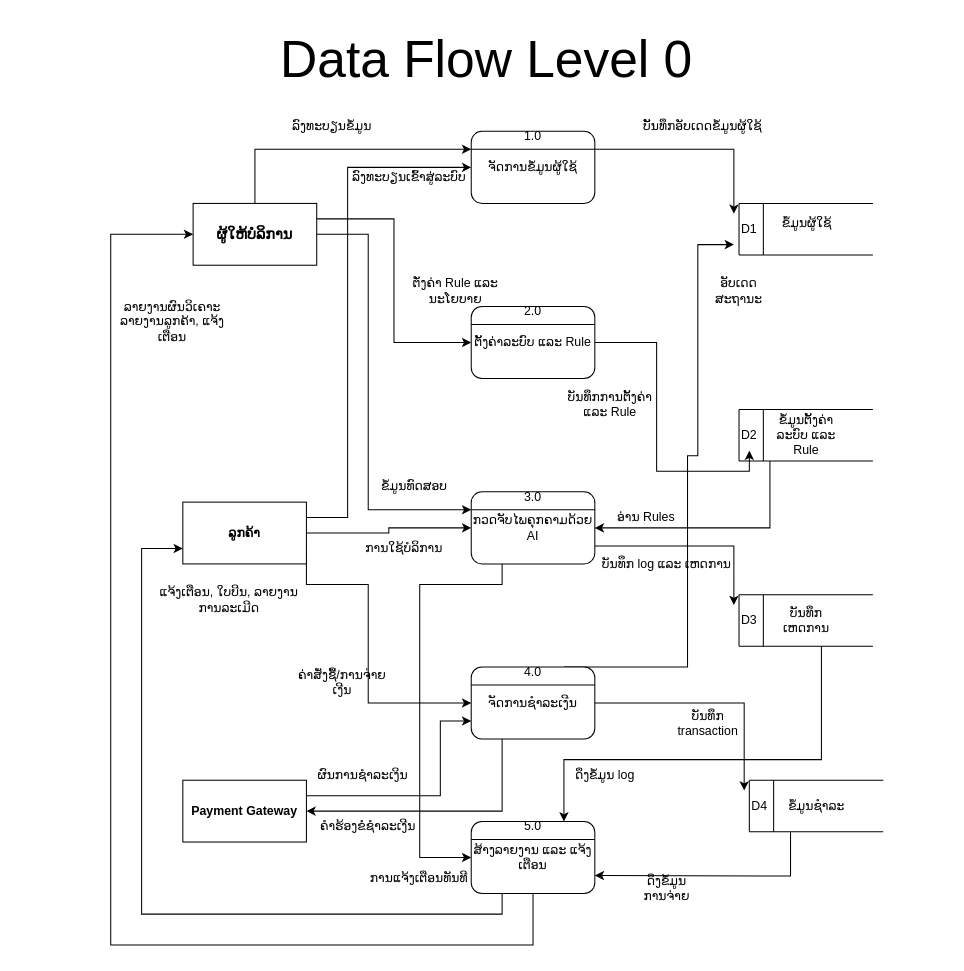
This is page "DFD-Level 0" (2 of 2) of AITDRS-Database.drawio from Jacob-Valor/Database-Design, a draw.io file, before an edit. Source tidied: cells renumbered, new cells numbered last; positions are measured from the earlier drawing's top-left corner, leaving out a move shared by most shapes. Both pictures are drawn from the tidied source at 103%, with x=0, y=0 at pixel (110, 28).
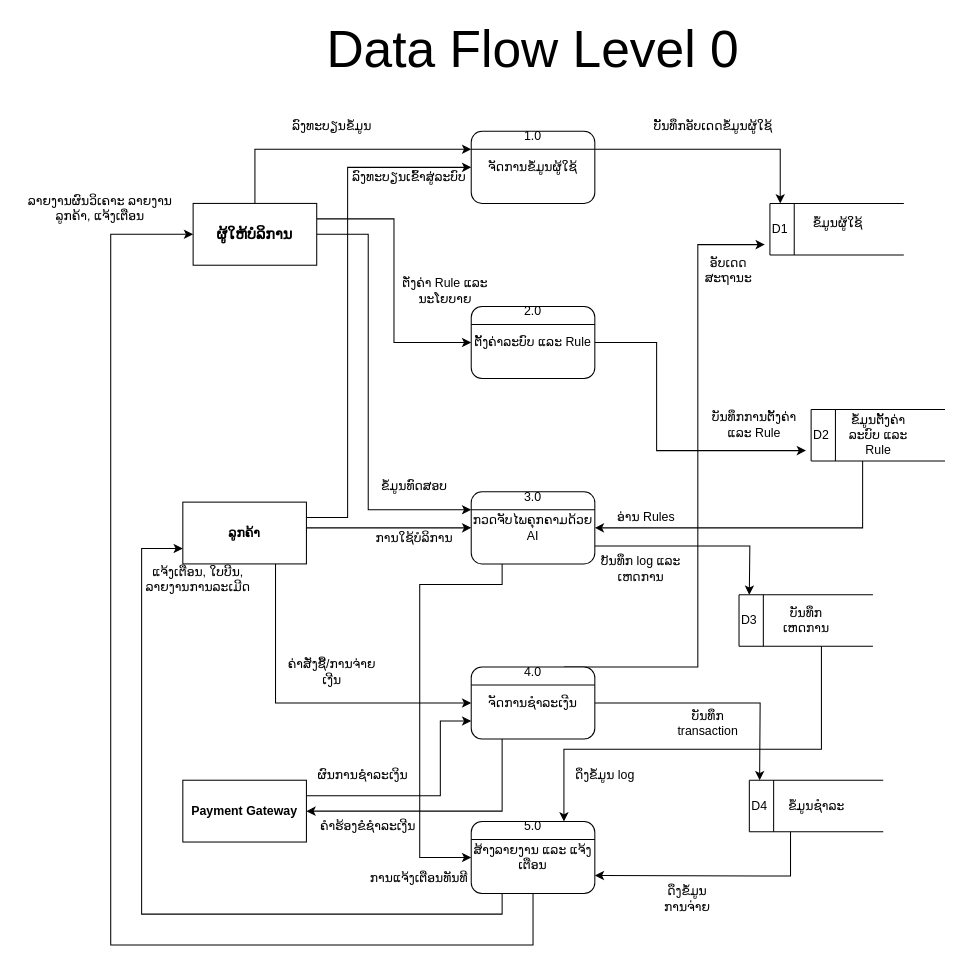
After the change.

Unchanged cells that the change refers to:
```xml
<mxCell id="9" value="&lt;b&gt;ລູກຄ້າ&lt;/b&gt;" style="rounded=0;whiteSpace=wrap;html=1;" parent="1" vertex="1">
  <mxGeometry x="70" y="460" width="120" height="60" as="geometry" />
</mxCell>
<mxCell id="13" value="ຈັດການຂໍ້ມູນຜູ້ໃຊ້" style="rounded=1;whiteSpace=wrap;html=1;" parent="1" vertex="1">
  <mxGeometry x="350" y="100" width="120" height="70" as="geometry" />
</mxCell>
<mxCell id="23" value="D1" style="text;html=1;whiteSpace=wrap;strokeColor=none;fillColor=none;align=center;verticalAlign=middle;rounded=0;" parent="16" vertex="1">
  <mxGeometry y="10" width="60" height="30" as="geometry" />
</mxCell>
<mxCell id="25" value="ຕັ້ງຄ່າລະບົບ ແລະ Rule" style="rounded=1;whiteSpace=wrap;html=1;" parent="1" vertex="1">
  <mxGeometry x="350" y="270" width="120" height="70" as="geometry" />
</mxCell>
<mxCell id="30" value="ກວດຈັບໄພຄຸກຄາມດ້ວຍ AI" style="rounded=1;whiteSpace=wrap;html=1;" parent="1" vertex="1">
  <mxGeometry x="350" y="450" width="120" height="70" as="geometry" />
</mxCell>
<mxCell id="36" value="ຈັດການຊຳລະເງີນ" style="rounded=1;whiteSpace=wrap;html=1;" parent="1" vertex="1">
  <mxGeometry x="350" y="620" width="120" height="70" as="geometry" />
</mxCell>
<mxCell id="41" value="ສ້າງລາຍງານ ແລະ ແຈ້ງເຕືອນ" style="rounded=1;whiteSpace=wrap;html=1;" parent="1" vertex="1">
  <mxGeometry x="350" y="770" width="120" height="70" as="geometry" />
</mxCell>
<mxCell id="51" value="D2" style="text;html=1;whiteSpace=wrap;strokeColor=none;fillColor=none;align=center;verticalAlign=middle;rounded=0;" parent="44" vertex="1">
  <mxGeometry y="10" width="60" height="30" as="geometry" />
</mxCell>
<mxCell id="59" value="D3" style="text;html=1;whiteSpace=wrap;strokeColor=none;fillColor=none;align=center;verticalAlign=middle;rounded=0;" parent="52" vertex="1">
  <mxGeometry y="10" width="60" height="30" as="geometry" />
</mxCell>
<mxCell id="67" value="D4" style="text;html=1;whiteSpace=wrap;strokeColor=none;fillColor=none;align=center;verticalAlign=middle;rounded=0;" parent="60" vertex="1">
  <mxGeometry y="10" width="60" height="30" as="geometry" />
</mxCell>
```

What changed in the source:
```diff
@@
-    <mxCell id="6" style="edgeStyle=orthogonalEdgeStyle;rounded=0;jettySize=auto;html=1;exitX=1;exitY=0.75;exitDx=0;exitDy=0;entryX=0;entryY=0.5;entryDx=0;entryDy=0;" parent="1" edge="1" source="9" target="36">
+    <mxCell id="6" style="edgeStyle=orthogonalEdgeStyle;rounded=0;jettySize=auto;html=1;exitX=0.75;exitY=1;exitDx=0;exitDy=0;entryX=0;entryY=0.5;entryDx=0;entryDy=0;" parent="1" edge="1" source="9" target="36">
       <mxGeometry relative="1" as="geometry">
         <Array as="points">
-          <mxPoint x="190" y="540" />
-          <mxPoint x="250" y="540" />
-          <mxPoint x="250" y="655" />
+          <mxPoint x="160" y="655" />
         </Array>
       </mxGeometry>
     </mxCell>
@@
     <mxCell id="8" style="edgeStyle=orthogonalEdgeStyle;rounded=0;jettySize=auto;html=1;exitX=1;exitY=0.5;exitDx=0;exitDy=0;entryX=0;entryY=0.5;entryDx=0;entryDy=0;" parent="1" edge="1" source="9" target="30">
-      <mxGeometry relative="1" as="geometry" />
+      <mxGeometry relative="1" as="geometry">
+        <Array as="points">
+          <mxPoint x="190" y="485" />
+        </Array>
+      </mxGeometry>
     </mxCell>
@@
-    <mxCell id="12" style="edgeStyle=orthogonalEdgeStyle;rounded=0;jettySize=auto;html=1;exitX=1;exitY=0.25;exitDx=0;exitDy=0;entryX=0.25;entryY=0;entryDx=0;entryDy=0;" parent="1" edge="1" source="13" target="23">
-      <mxGeometry relative="1" as="geometry" />
+    <mxCell id="12" style="edgeStyle=orthogonalEdgeStyle;rounded=0;jettySize=auto;html=1;exitX=1;exitY=0.25;exitDx=0;exitDy=0;" parent="1" edge="1" source="13">
+      <mxGeometry relative="1" as="geometry">
+        <mxPoint x="650" y="170" as="targetPoint" />
+        <Array as="points">
+          <mxPoint x="650" y="118" />
+        </Array>
+      </mxGeometry>
     </mxCell>
@@
     <mxCell id="16" style="group;" parent="1" vertex="1">
-      <mxGeometry x="590" y="170" width="150" height="50" as="geometry" />
+      <mxGeometry x="620" y="170" width="150" height="50" as="geometry" />
     </mxCell>
@@
-    <mxCell id="24" style="edgeStyle=orthogonalEdgeStyle;rounded=0;jettySize=auto;html=1;exitX=1;exitY=0.5;exitDx=0;exitDy=0;entryX=0.5;entryY=1;entryDx=0;entryDy=0;" parent="1" edge="1" source="25" target="51">
-      <mxGeometry relative="1" as="geometry" />
+    <mxCell id="24" style="edgeStyle=orthogonalEdgeStyle;rounded=0;jettySize=auto;html=1;exitX=1;exitY=0.5;exitDx=0;exitDy=0;entryX=0.25;entryY=1;entryDx=0;entryDy=0;" parent="1" edge="1" source="25" target="51">
+      <mxGeometry relative="1" as="geometry">
+        <Array as="points">
+          <mxPoint x="530" y="305" />
+          <mxPoint x="530" y="410" />
+        </Array>
+      </mxGeometry>
     </mxCell>
@@
-    <mxCell id="29" style="edgeStyle=orthogonalEdgeStyle;rounded=0;jettySize=auto;html=1;exitX=1;exitY=0.75;exitDx=0;exitDy=0;entryX=0.25;entryY=0;entryDx=0;entryDy=0;" parent="1" edge="1" source="30" target="59">
-      <mxGeometry relative="1" as="geometry" />
+    <mxCell id="29" style="edgeStyle=orthogonalEdgeStyle;rounded=0;jettySize=auto;html=1;exitX=1;exitY=0.75;exitDx=0;exitDy=0;" parent="1" edge="1" source="30">
+      <mxGeometry relative="1" as="geometry">
+        <mxPoint x="620" y="550" as="targetPoint" />
+      </mxGeometry>
     </mxCell>
@@
-    <mxCell id="33" style="edgeStyle=orthogonalEdgeStyle;rounded=0;jettySize=auto;html=1;exitX=1;exitY=0.5;exitDx=0;exitDy=0;entryX=0.25;entryY=0;entryDx=0;entryDy=0;" parent="1" edge="1" source="36" target="67">
-      <mxGeometry relative="1" as="geometry" />
+    <mxCell id="33" style="edgeStyle=orthogonalEdgeStyle;rounded=0;jettySize=auto;html=1;exitX=1;exitY=0.5;exitDx=0;exitDy=0;" parent="1" edge="1" source="36">
+      <mxGeometry relative="1" as="geometry">
+        <mxPoint x="630" y="730" as="targetPoint" />
+      </mxGeometry>
     </mxCell>
     <mxCell id="34" style="edgeStyle=orthogonalEdgeStyle;rounded=0;jettySize=auto;html=1;exitX=0.75;exitY=0;exitDx=0;exitDy=0;entryX=0.25;entryY=1;entryDx=0;entryDy=0;" parent="1" edge="1" source="36" target="23">
       <mxGeometry relative="1" as="geometry">
         <Array as="points">
-          <mxPoint x="560" y="620" />
-          <mxPoint x="560" y="415" />
-          <mxPoint x="570" y="415" />
+          <mxPoint x="570" y="620" />
           <mxPoint x="570" y="210" />
         </Array>
       </mxGeometry>
     </mxCell>
@@
     <mxCell id="44" style="group;" parent="1" vertex="1">
-      <mxGeometry x="590" y="370" width="150" height="50" as="geometry" />
+      <mxGeometry x="660" y="370" width="150" height="50" as="geometry" />
     </mxCell>
@@
     <mxCell id="68" style="endArrow=classic;html=1;rounded=0;entryX=1;entryY=0.5;entryDx=0;entryDy=0;" parent="1" edge="1" target="30">
       <mxGeometry relative="1" as="geometry">
-        <mxPoint x="640" y="420" as="sourcePoint" />
+        <mxPoint x="730" y="420" as="sourcePoint" />
         <Array as="points">
-          <mxPoint x="640" y="485" />
+          <mxPoint x="730" y="485" />
         </Array>
       </mxGeometry>
     </mxCell>
@@
     <mxCell id="71" value="ຕັ່ງຄ່າ Rule ແລະ ນະໂຍບາຍ" style="text;html=1;whiteSpace=wrap;strokeColor=none;fillColor=none;align=center;verticalAlign=middle;rounded=0;" parent="1" vertex="1">
-      <mxGeometry x="280" y="240" width="110" height="30" as="geometry" />
+      <mxGeometry x="270" y="240" width="110" height="30" as="geometry" />
     </mxCell>
@@
     <mxCell id="74" value="ດຶງຂໍ້ມູນການຈ່າຍ" style="text;html=1;whiteSpace=wrap;strokeColor=none;fillColor=none;align=center;verticalAlign=middle;rounded=0;" parent="1" vertex="1">
-      <mxGeometry x="510" y="820" width="60" height="30" as="geometry" />
+      <mxGeometry x="530" y="830" width="60" height="30" as="geometry" />
     </mxCell>
     <mxCell id="75" style="endArrow=classic;html=1;rounded=0;entryX=0.75;entryY=0;entryDx=0;entryDy=0;" parent="1" edge="1" target="41">
       <mxGeometry relative="1" as="geometry">
         <mxPoint x="690" y="600" as="sourcePoint" />
         <Array as="points">
-          <mxPoint x="690" y="710" />
-          <mxPoint x="440" y="710" />
+          <mxPoint x="690" y="700" />
+          <mxPoint x="570" y="700" />
+          <mxPoint x="440" y="700" />
         </Array>
       </mxGeometry>
     </mxCell>
@@
     <mxCell id="77" value="ອັບເດດສະຖານະ" style="text;html=1;whiteSpace=wrap;strokeColor=none;fillColor=none;align=center;verticalAlign=middle;rounded=0;" parent="1" vertex="1">
-      <mxGeometry x="580" y="240" width="60" height="30" as="geometry" />
+      <mxGeometry x="570" y="220" width="60" height="30" as="geometry" />
     </mxCell>
     <mxCell id="78" value="ບັນທຶກການຕັ້ງຄ່າ ແລະ Rule" style="text;html=1;whiteSpace=wrap;strokeColor=none;fillColor=none;align=center;verticalAlign=middle;rounded=0;" parent="1" vertex="1">
-      <mxGeometry x="440" y="350" width="90" height="30" as="geometry" />
+      <mxGeometry x="580" y="370" width="90" height="30" as="geometry" />
     </mxCell>
     <mxCell id="79" value="ບັນທຶກ log ແລະ ເຫດການ" style="text;html=1;whiteSpace=wrap;strokeColor=none;fillColor=none;align=center;verticalAlign=middle;rounded=0;" parent="1" vertex="1">
-      <mxGeometry x="470" y="505" width="140" height="30" as="geometry" />
+      <mxGeometry x="455" y="510" width="120" height="30" as="geometry" />
     </mxCell>
@@
     <mxCell id="82" value="ແຈ້ງເຕືອນ, ໃບບີນ, ລາຍງານການລະເມີດ" style="text;html=1;whiteSpace=wrap;strokeColor=none;fillColor=none;align=center;verticalAlign=middle;rounded=0;" parent="1" vertex="1">
-      <mxGeometry x="40" y="540" width="150" height="30" as="geometry" />
+      <mxGeometry x="30" y="520" width="110" height="30" as="geometry" />
     </mxCell>
     <mxCell id="83" value="ບັັນທຶກອັບເດດຂໍ້ມູນຜູ້ໃຊ້" style="text;html=1;whiteSpace=wrap;strokeColor=none;fillColor=none;align=center;verticalAlign=middle;rounded=0;" parent="1" vertex="1">
-      <mxGeometry x="500" y="80" width="150" height="30" as="geometry" />
+      <mxGeometry x="510" y="80" width="150" height="30" as="geometry" />
     </mxCell>
@@
     <mxCell id="87" value="ລາຍງານຜົນວິເຄາະ ລາຍງານລູກຄ້າ, ແຈ້ງເຕືອນ" style="text;html=1;whiteSpace=wrap;strokeColor=none;fillColor=none;align=center;verticalAlign=middle;rounded=0;" parent="1" vertex="1">
-      <mxGeometry y="270" width="120" height="30" as="geometry" />
+      <mxGeometry x="-90" y="160" width="160" height="30" as="geometry" />
     </mxCell>
     <mxCell id="88" value="ຄ່າສັ່ງຊື້/ການຈ່າຍເງີນ" style="text;html=1;whiteSpace=wrap;strokeColor=none;fillColor=none;align=center;verticalAlign=middle;rounded=0;" parent="1" vertex="1">
-      <mxGeometry x="180" y="620" width="90" height="30" as="geometry" />
+      <mxGeometry x="170" y="610" width="90" height="30" as="geometry" />
     </mxCell>
     <mxCell id="89" value="ການໃຊ້ບໍລິການ" style="text;html=1;whiteSpace=wrap;strokeColor=none;fillColor=none;align=center;verticalAlign=middle;rounded=0;" parent="1" vertex="1">
-      <mxGeometry x="230" y="490" width="110" height="30" as="geometry" />
+      <mxGeometry x="240" y="480" width="110" height="30" as="geometry" />
     </mxCell>
     <mxCell id="90" value="&lt;font style=&quot;font-size: 50px;&quot;&gt;Data Flow Level 0&lt;/font&gt;" style="text;html=1;whiteSpace=wrap;strokeColor=none;fillColor=none;align=center;verticalAlign=middle;rounded=0;strokeWidth=50;" parent="1" vertex="1">
-      <mxGeometry x="30" width="670" height="60" as="geometry" />
+      <mxGeometry x="75" y="-10" width="670" height="60" as="geometry" />
     </mxCell>
```
